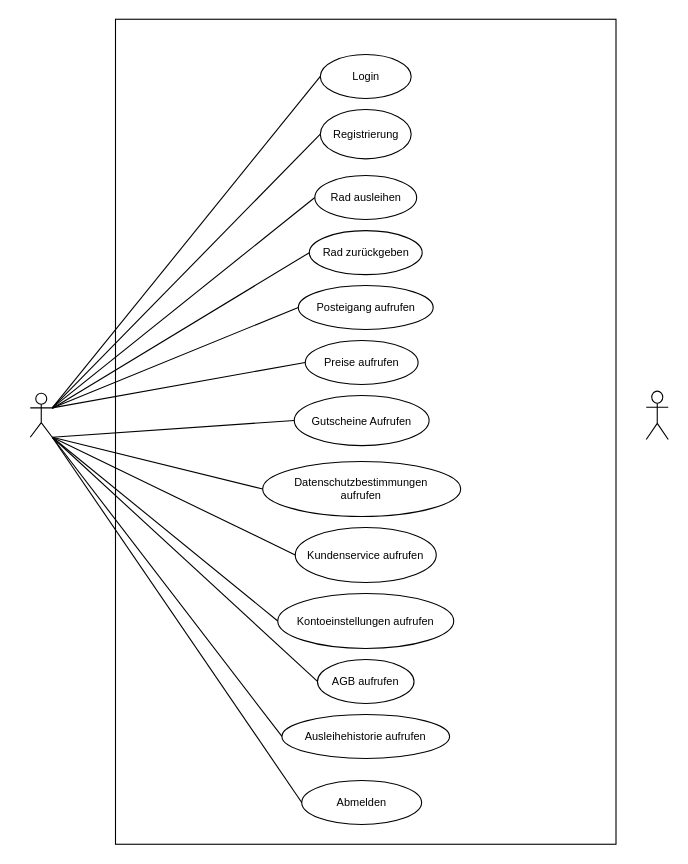
Before: MetropolRadRuhr_2.drawio in anakelm/personal, a draw.io diagram. Source tidied: cells renumbered, new cells numbered last; positions are measured from the earlier drawing's top-left corner, leaving out a move shared by most shapes. Both pictures are drawn from the tidied source at 110%, with x=0, y=0 at pixel (-47, 54).
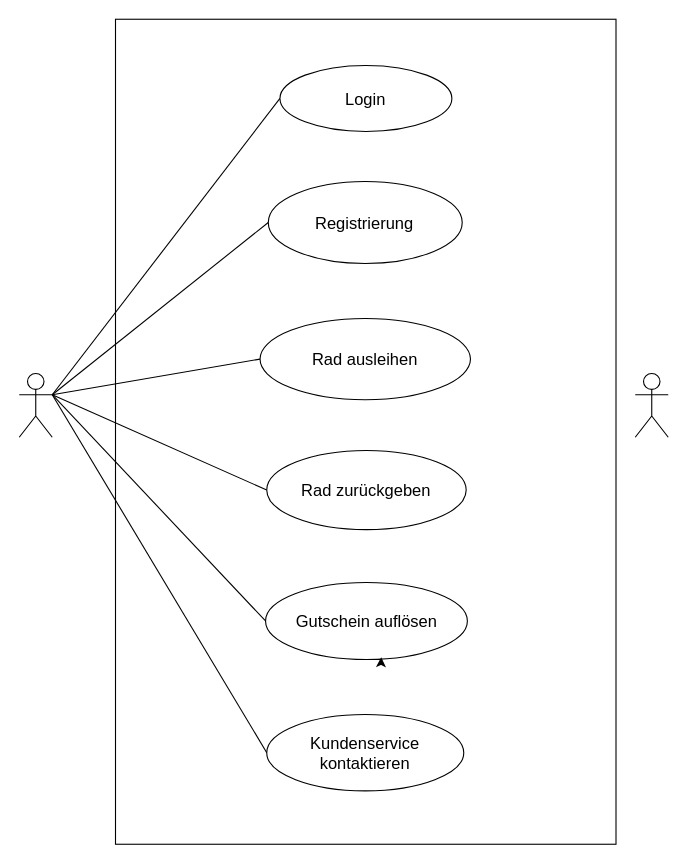
The same diagram, later.

The edit, as a diff of the source:
```diff
@@
-    <mxCell id="6" value="Registrierung" style="ellipse;whiteSpace=wrap;html=1;fontSize=10;" parent="1" vertex="1">
-      <mxGeometry x="333.7" y="50" width="82.6" height="44.9" as="geometry" />
+    <mxCell id="6" value="Registrierung" style="ellipse;whiteSpace=wrap;html=1;fontSize=15;" parent="1" vertex="1">
+      <mxGeometry x="286.4" y="115.5" width="176.3" height="74.5" as="geometry" />
     </mxCell>
-    <mxCell id="7" value="Posteigang aufrufen" style="ellipse;whiteSpace=wrap;html=1;fontSize=10;" parent="1" vertex="1">
-      <mxGeometry x="313.7" y="210" width="122.6" height="40" as="geometry" />
-    </mxCell>
-    <mxCell id="8" value="Gutscheine Aufrufen" style="ellipse;whiteSpace=wrap;html=1;fontSize=10;" parent="1" vertex="1">
-      <mxGeometry x="310" y="310" width="122.6" height="45.6" as="geometry" />
+    <mxCell id="8" value="Gutschein auflösen" style="ellipse;whiteSpace=wrap;html=1;fontSize=15;" parent="1" vertex="1">
+      <mxGeometry x="283.9" y="480" width="183.5" height="70" as="geometry" />
     </mxCell>
-    <mxCell id="9" value="AGB aufrufen" style="ellipse;whiteSpace=wrap;html=1;fontSize=10;" parent="1" vertex="1">
-      <mxGeometry x="331.1" y="550" width="87.8" height="40" as="geometry" />
-    </mxCell>
-    <mxCell id="10" value="Datenschutzbestimmungen&lt;br&gt;aufrufen" style="ellipse;whiteSpace=wrap;html=1;fontSize=10;" parent="1" vertex="1">
-      <mxGeometry x="281.3" y="370" width="180" height="50" as="geometry" />
-    </mxCell>
-    <mxCell id="11" value="Ausleihehistorie aufrufen" style="ellipse;whiteSpace=wrap;html=1;fontSize=10;" parent="1" vertex="1">
-      <mxGeometry x="298.8" y="600" width="152.4" height="40" as="geometry" />
-    </mxCell>
-    <mxCell id="12" value="Abmelden" style="ellipse;whiteSpace=wrap;html=1;fontSize=10;" parent="1" vertex="1">
-      <mxGeometry x="316.8" y="660" width="109" height="40" as="geometry" />
-    </mxCell>
-    <mxCell id="13" value="Kontoeinstellungen aufrufen" style="ellipse;whiteSpace=wrap;html=1;fontSize=10;" parent="1" vertex="1">
-      <mxGeometry x="295" y="490" width="160" height="50" as="geometry" />
-    </mxCell>
-    <mxCell id="14" style="shape=umlActor;verticalLabelPosition=bottom;verticalAlign=top;html=1;" parent="1" vertex="1">
-      <mxGeometry x="630" y="306.1" width="20" height="43.9" as="geometry" />
-    </mxCell>
-    <mxCell id="15" value="Kundenservice aufrufen" style="ellipse;whiteSpace=wrap;html=1;fontSize=10;" parent="1" vertex="1">
-      <mxGeometry x="310.9" y="430" width="128.2" height="50" as="geometry" />
+    <mxCell id="15" value="Kundenservice&lt;br style=&quot;font-size: 15px;&quot;&gt;kontaktieren" style="ellipse;whiteSpace=wrap;html=1;fontSize=15;" parent="1" vertex="1">
+      <mxGeometry x="285" y="600" width="179.1" height="69.5" as="geometry" />
     </mxCell>
-    <mxCell id="16" style="endArrow=none;html=1;rounded=0;entryX=0;entryY=0.5;entryDx=0;entryDy=0;exitX=1;exitY=0.3333333333333333;exitDx=0;exitDy=0;exitPerimeter=0;" parent="1" edge="1" source="28" target="7">
-      <mxGeometry relative="1" as="geometry" />
-    </mxCell>
-    <mxCell id="17" style="endArrow=none;html=1;rounded=0;entryX=0;entryY=0.5;entryDx=0;entryDy=0;exitX=1;exitY=0.3333333333333333;exitDx=0;exitDy=0;exitPerimeter=0;" parent="1" edge="1" source="28" target="24">
-      <mxGeometry relative="1" as="geometry" />
-    </mxCell>
-    <mxCell id="18" style="endArrow=none;html=1;rounded=0;entryX=0;entryY=0.5;entryDx=0;entryDy=0;exitX=1;exitY=1;exitDx=0;exitDy=0;exitPerimeter=0;" parent="1" edge="1" source="28" target="8">
+    <mxCell id="18" style="endArrow=none;html=1;rounded=0;entryX=0;entryY=0.5;entryDx=0;entryDy=0;exitX=1;exitY=0.3333333333333333;exitDx=0;exitDy=0;exitPerimeter=0;" parent="1" edge="1" source="28" target="8">
       <mxGeometry relative="1" as="geometry" />
     </mxCell>
-    <mxCell id="19" style="endArrow=none;html=1;rounded=0;entryX=0;entryY=0.5;entryDx=0;entryDy=0;exitX=1;exitY=1;exitDx=0;exitDy=0;exitPerimeter=0;" parent="1" edge="1" source="28" target="10">
-      <mxGeometry relative="1" as="geometry" />
-    </mxCell>
-    <mxCell id="20" style="endArrow=none;html=1;rounded=0;entryX=0;entryY=0.5;entryDx=0;entryDy=0;exitX=1;exitY=1;exitDx=0;exitDy=0;exitPerimeter=0;" parent="1" edge="1" source="28" target="15">
+    <mxCell id="20" style="endArrow=none;html=1;rounded=0;entryX=0;entryY=0.5;entryDx=0;entryDy=0;exitX=1;exitY=0.3333333333333333;exitDx=0;exitDy=0;exitPerimeter=0;" parent="1" edge="1" source="28" target="15">
       <mxGeometry relative="1" as="geometry" />
     </mxCell>
-    <mxCell id="21" style="endArrow=none;html=1;rounded=0;entryX=0;entryY=0.5;entryDx=0;entryDy=0;exitX=1;exitY=1;exitDx=0;exitDy=0;exitPerimeter=0;" parent="1" edge="1" source="28" target="13">
-      <mxGeometry relative="1" as="geometry" />
-    </mxCell>
-    <mxCell id="22" style="endArrow=none;html=1;rounded=0;entryX=0;entryY=0.5;entryDx=0;entryDy=0;exitX=1;exitY=1;exitDx=0;exitDy=0;exitPerimeter=0;" parent="1" edge="1" source="28" target="9">
-      <mxGeometry relative="1" as="geometry" />
-    </mxCell>
-    <mxCell id="23" style="endArrow=none;html=1;rounded=0;entryX=0;entryY=0.5;entryDx=0;entryDy=0;exitX=1;exitY=1;exitDx=0;exitDy=0;exitPerimeter=0;" parent="1" edge="1" source="28" target="11">
-      <mxGeometry relative="1" as="geometry" />
-    </mxCell>
-    <mxCell id="24" value="Preise aufrufen" style="ellipse;whiteSpace=wrap;html=1;fontSize=10;" parent="1" vertex="1">
-      <mxGeometry x="320" y="260" width="102.6" height="40" as="geometry" />
-    </mxCell>
-    <mxCell id="25" value="Login" style="ellipse;whiteSpace=wrap;html=1;fontSize=10;" parent="1" vertex="1">
-      <mxGeometry x="333.7" width="82.6" height="40" as="geometry" />
+    <mxCell id="25" value="Login" style="ellipse;whiteSpace=wrap;html=1;fontSize=15;" parent="1" vertex="1">
+      <mxGeometry x="297" y="10" width="156.3" height="60" as="geometry" />
     </mxCell>
-    <mxCell id="26" value="Rad ausleihen" style="ellipse;whiteSpace=wrap;html=1;fontSize=10;" parent="1" vertex="1">
-      <mxGeometry x="328.7" y="110" width="92.6" height="40" as="geometry" />
+    <mxCell id="26" value="Rad ausleihen" style="ellipse;whiteSpace=wrap;html=1;fontSize=15;" parent="1" vertex="1">
+      <mxGeometry x="278.9" y="240" width="191.3" height="73.9" as="geometry" />
     </mxCell>
-    <mxCell id="27" value="Rad zurückgeben" style="ellipse;whiteSpace=wrap;html=1;fontSize=10;" parent="1" vertex="1">
-      <mxGeometry x="323.7" y="160.2" width="102.6" height="40" as="geometry" />
+    <mxCell id="27" value="Rad zurückgeben" style="ellipse;whiteSpace=wrap;html=1;fontSize=15;" parent="1" vertex="1">
+      <mxGeometry x="285" y="360" width="181.3" height="72" as="geometry" />
     </mxCell>
     <mxCell id="28" style="shape=umlActor;verticalLabelPosition=bottom;verticalAlign=top;html=1;outlineConnect=0;" parent="1" vertex="1">
-      <mxGeometry x="70" y="308" width="20" height="40" as="geometry" />
+      <mxGeometry x="60" y="290" width="30" height="58" as="geometry" />
     </mxCell>
-    <mxCell id="29" style="endArrow=none;html=1;rounded=0;entryX=0;entryY=0.5;entryDx=0;entryDy=0;" parent="1" edge="1" source="28" target="27">
+    <mxCell id="29" style="endArrow=none;html=1;rounded=0;entryX=0;entryY=0.5;entryDx=0;entryDy=0;exitX=1;exitY=0.3333333333333333;exitDx=0;exitDy=0;exitPerimeter=0;" parent="1" edge="1" source="28" target="27">
       <mxGeometry relative="1" as="geometry" />
     </mxCell>
-    <mxCell id="30" style="endArrow=none;html=1;rounded=0;entryX=0;entryY=0.5;entryDx=0;entryDy=0;exitX=1;exitY=1;exitDx=0;exitDy=0;exitPerimeter=0;" parent="1" edge="1" source="28" target="12">
-      <mxGeometry relative="1" as="geometry" />
-    </mxCell>
+    <mxCell id="31" style="edgeStyle=orthogonalEdgeStyle;rounded=0;orthogonalLoop=1;jettySize=auto;html=1;exitX=0.5;exitY=1;exitDx=0;exitDy=0;entryX=0.573;entryY=0.971;entryDx=0;entryDy=0;entryPerimeter=0;" parent="1" edge="1" source="8" target="8">
+      <mxGeometry relative="1" as="geometry" />
+    </mxCell>
+    <mxCell id="32" style="shape=umlActor;verticalLabelPosition=bottom;verticalAlign=top;html=1;" parent="1" vertex="1">
+      <mxGeometry x="620" y="290" width="30" height="58" as="geometry" />
+    </mxCell>
```
